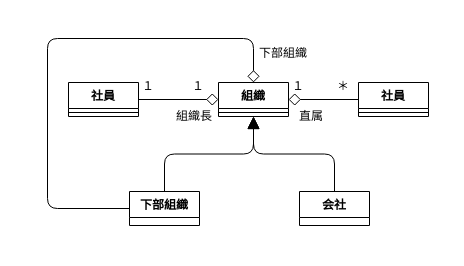
The draw.io diagram page "クラス図" (3 of 3) of Designs/組織構成設計/organization_design.drawio in bosssanovar/LightMvvmSample, before the edit. Source tidied: cells renumbered, new cells numbered last; positions are measured from the earlier drawing's top-left corner, leaving out a move shared by most shapes. Both pictures are drawn from the tidied source at 100%, with x=0, y=0 at pixel (17, 18).
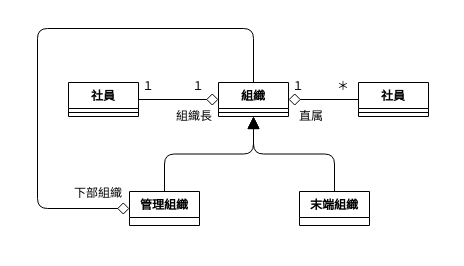
The same diagram, later.

Commit message (it also covers changes not shown here):
組織設計修正

The change refers to these unchanged cells:
```xml
<mxCell id="8" value="組織" style="swimlane;fontStyle=1;align=center;verticalAlign=top;horizontal=1;startSize=26;" parent="1" vertex="1">
  <mxGeometry x="201" y="64" width="70" height="34" as="geometry" />
</mxCell>
```

Change to the diagram source:
```diff
@@
-    <mxCell id="3" value="下部組織" style="swimlane;fontStyle=1;align=center;verticalAlign=top;horizontal=1;startSize=26;" parent="1" vertex="1">
+    <mxCell id="3" value="管理組織" style="swimlane;fontStyle=1;align=center;verticalAlign=top;horizontal=1;startSize=26;" parent="1" vertex="1">
       <mxGeometry x="112" y="173" width="70" height="34" as="geometry" />
     </mxCell>
@@
-    <mxCell id="20" value="会社" style="swimlane;fontStyle=1;align=center;verticalAlign=top;horizontal=1;startSize=26;" parent="1" vertex="1">
+    <mxCell id="20" value="末端組織" style="swimlane;fontStyle=1;align=center;verticalAlign=top;horizontal=1;startSize=26;" parent="1" vertex="1">
       <mxGeometry x="282" y="173" width="70" height="34" as="geometry" />
     </mxCell>
-    <mxCell id="21" style="edgeStyle=orthogonalEdgeStyle;jumpSize=10;html=1;entryX=0.5;entryY=0;entryDx=0;entryDy=0;strokeWidth=1;endArrow=diamond;endFill=0;startSize=10;endSize=10;fontSize=12;exitX=0;exitY=0.5;exitDx=0;exitDy=0;" parent="1" edge="1" source="3" target="8">
+    <mxCell id="21" style="edgeStyle=orthogonalEdgeStyle;jumpSize=10;html=1;entryX=0;entryY=0.5;entryDx=0;entryDy=0;strokeWidth=1;endArrow=diamond;endFill=0;startSize=10;endSize=10;fontSize=12;exitX=0.5;exitY=0;exitDx=0;exitDy=0;" parent="1" edge="1" source="8" target="3">
       <mxGeometry relative="1" as="geometry">
         <Array as="points">
-          <mxPoint x="30" y="190" />
-          <mxPoint x="30" y="20" />
-          <mxPoint x="236" y="20" />
+          <mxPoint x="236" y="10" />
+          <mxPoint x="20" y="10" />
+          <mxPoint x="20" y="190" />
         </Array>
       </mxGeometry>
     </mxCell>
     <mxCell id="22" value="下部組織" style="text;html=1;strokeColor=none;fillColor=none;align=center;verticalAlign=middle;whiteSpace=wrap;rounded=0;dashed=1;fontSize=12;" parent="1" vertex="1">
-      <mxGeometry x="236" y="20" width="60" height="30" as="geometry" />
+      <mxGeometry x="51" y="160" width="60" height="30" as="geometry" />
     </mxCell>
```
